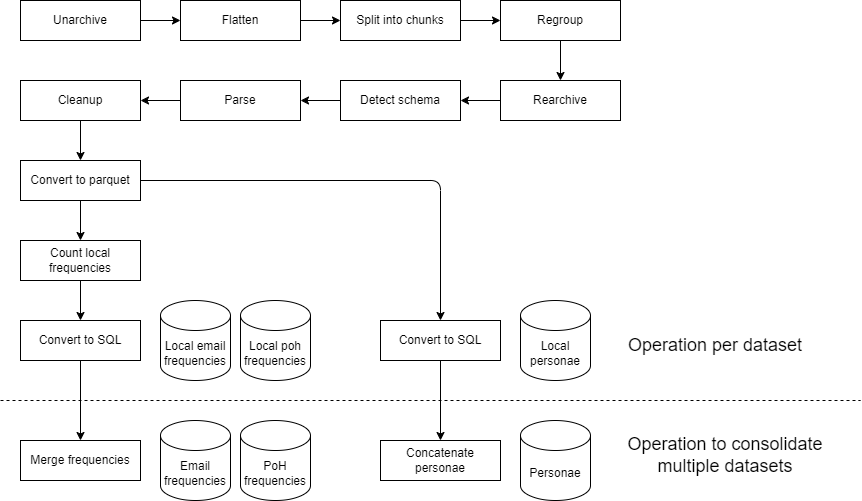
Before: Image/operation_flow.png, a diagram exported from draw.io (maeda6uiui/MrCombolist). Source tidied: cells renumbered, new cells last; positions are measured from the earlier drawing's top-left corner, leaving out a move shared by most shapes. Its diagram source:
```xml
<mxGraphModel>
  <root>
    <mxCell id="0" />
    <mxCell id="1" parent="0" />
    <mxCell id="2" style="edgeStyle=none;html=1;" parent="1" edge="1" source="3" target="5">
      <mxGeometry relative="1" as="geometry" />
    </mxCell>
    <mxCell id="3" value="Unarchive" style="rounded=0;whiteSpace=wrap;html=1;" parent="1" vertex="1">
      <mxGeometry x="20" width="120" height="40" as="geometry" />
    </mxCell>
    <mxCell id="4" style="edgeStyle=none;html=1;" parent="1" edge="1" source="5" target="7">
      <mxGeometry relative="1" as="geometry" />
    </mxCell>
    <mxCell id="5" value="Flatten" style="rounded=0;whiteSpace=wrap;html=1;" parent="1" vertex="1">
      <mxGeometry x="180" width="120" height="40" as="geometry" />
    </mxCell>
    <mxCell id="6" style="edgeStyle=none;html=1;" parent="1" edge="1" source="7" target="9">
      <mxGeometry relative="1" as="geometry" />
    </mxCell>
    <mxCell id="7" value="Split into chunks" style="rounded=0;whiteSpace=wrap;html=1;" parent="1" vertex="1">
      <mxGeometry x="340" width="120" height="40" as="geometry" />
    </mxCell>
    <mxCell id="8" style="edgeStyle=none;html=1;" parent="1" edge="1" source="9" target="11">
      <mxGeometry relative="1" as="geometry" />
    </mxCell>
    <mxCell id="9" value="Regroup" style="rounded=0;whiteSpace=wrap;html=1;" parent="1" vertex="1">
      <mxGeometry x="500" width="120" height="40" as="geometry" />
    </mxCell>
    <mxCell id="10" style="edgeStyle=none;html=1;" parent="1" edge="1" source="11" target="13">
      <mxGeometry relative="1" as="geometry" />
    </mxCell>
    <mxCell id="11" value="Rearchive" style="rounded=0;whiteSpace=wrap;html=1;" parent="1" vertex="1">
      <mxGeometry x="500" y="80" width="120" height="40" as="geometry" />
    </mxCell>
    <mxCell id="12" style="edgeStyle=none;html=1;" parent="1" edge="1" source="13" target="15">
      <mxGeometry relative="1" as="geometry" />
    </mxCell>
    <mxCell id="13" value="Detect schema" style="rounded=0;whiteSpace=wrap;html=1;" parent="1" vertex="1">
      <mxGeometry x="340" y="80" width="120" height="40" as="geometry" />
    </mxCell>
    <mxCell id="14" style="edgeStyle=none;html=1;" parent="1" edge="1" source="15" target="17">
      <mxGeometry relative="1" as="geometry" />
    </mxCell>
    <mxCell id="15" value="Parse" style="rounded=0;whiteSpace=wrap;html=1;" parent="1" vertex="1">
      <mxGeometry x="180" y="80" width="120" height="40" as="geometry" />
    </mxCell>
    <mxCell id="16" style="edgeStyle=none;html=1;" parent="1" edge="1" source="17" target="20">
      <mxGeometry relative="1" as="geometry" />
    </mxCell>
    <mxCell id="17" value="Cleanup" style="rounded=0;whiteSpace=wrap;html=1;" parent="1" vertex="1">
      <mxGeometry x="20" y="80" width="120" height="40" as="geometry" />
    </mxCell>
    <mxCell id="18" style="edgeStyle=none;html=1;" parent="1" edge="1" source="20" target="22">
      <mxGeometry relative="1" as="geometry" />
    </mxCell>
    <mxCell id="19" style="edgeStyle=none;html=1;entryX=0.5;entryY=0;entryDx=0;entryDy=0;" parent="1" edge="1" source="20" target="24">
      <mxGeometry relative="1" as="geometry">
        <Array as="points">
          <mxPoint x="440" y="180" />
        </Array>
      </mxGeometry>
    </mxCell>
    <mxCell id="20" value="Convert to parquet" style="rounded=0;whiteSpace=wrap;html=1;" parent="1" vertex="1">
      <mxGeometry x="20" y="160" width="120" height="40" as="geometry" />
    </mxCell>
    <mxCell id="21" style="edgeStyle=none;html=1;" parent="1" edge="1" source="22" target="26">
      <mxGeometry relative="1" as="geometry" />
    </mxCell>
    <mxCell id="22" value="Count local frequencies" style="rounded=0;whiteSpace=wrap;html=1;" parent="1" vertex="1">
      <mxGeometry x="20" y="240" width="120" height="40" as="geometry" />
    </mxCell>
    <mxCell id="23" style="edgeStyle=none;html=1;entryX=0.5;entryY=0;entryDx=0;entryDy=0;" parent="1" edge="1" source="24" target="33">
      <mxGeometry relative="1" as="geometry" />
    </mxCell>
    <mxCell id="24" value="Convert to SQL" style="rounded=0;whiteSpace=wrap;html=1;" parent="1" vertex="1">
      <mxGeometry x="380" y="320" width="120" height="40" as="geometry" />
    </mxCell>
    <mxCell id="25" style="edgeStyle=none;html=1;entryX=0.5;entryY=0;entryDx=0;entryDy=0;" parent="1" edge="1" source="26" target="30">
      <mxGeometry relative="1" as="geometry" />
    </mxCell>
    <mxCell id="26" value="Convert to SQL" style="rounded=0;whiteSpace=wrap;html=1;" parent="1" vertex="1">
      <mxGeometry x="20" y="320" width="120" height="40" as="geometry" />
    </mxCell>
    <mxCell id="27" value="Local email frequencies" style="shape=cylinder3;whiteSpace=wrap;html=1;boundedLbl=1;backgroundOutline=1;size=15;" parent="1" vertex="1">
      <mxGeometry x="160" y="300" width="70" height="80" as="geometry" />
    </mxCell>
    <mxCell id="28" value="Local poh frequencies" style="shape=cylinder3;whiteSpace=wrap;html=1;boundedLbl=1;backgroundOutline=1;size=15;" parent="1" vertex="1">
      <mxGeometry x="240" y="300" width="70" height="80" as="geometry" />
    </mxCell>
    <mxCell id="29" value="Local personae" style="shape=cylinder3;whiteSpace=wrap;html=1;boundedLbl=1;backgroundOutline=1;size=15;" parent="1" vertex="1">
      <mxGeometry x="520" y="300" width="70" height="80" as="geometry" />
    </mxCell>
    <mxCell id="30" value="Merge frequencies" style="rounded=0;whiteSpace=wrap;html=1;" parent="1" vertex="1">
      <mxGeometry x="20" y="440" width="120" height="40" as="geometry" />
    </mxCell>
    <mxCell id="31" value="Email frequencies" style="shape=cylinder3;whiteSpace=wrap;html=1;boundedLbl=1;backgroundOutline=1;size=15;" parent="1" vertex="1">
      <mxGeometry x="160" y="420" width="70" height="80" as="geometry" />
    </mxCell>
    <mxCell id="32" value="PoH frequencies" style="shape=cylinder3;whiteSpace=wrap;html=1;boundedLbl=1;backgroundOutline=1;size=15;" parent="1" vertex="1">
      <mxGeometry x="240" y="420" width="70" height="80" as="geometry" />
    </mxCell>
    <mxCell id="33" value="Concatenate personae" style="rounded=0;whiteSpace=wrap;html=1;" parent="1" vertex="1">
      <mxGeometry x="380" y="440" width="120" height="40" as="geometry" />
    </mxCell>
    <mxCell id="34" value="Personae" style="shape=cylinder3;whiteSpace=wrap;html=1;boundedLbl=1;backgroundOutline=1;size=15;" parent="1" vertex="1">
      <mxGeometry x="520" y="420" width="70" height="80" as="geometry" />
    </mxCell>
    <mxCell id="35" style="endArrow=none;dashed=1;html=1;" parent="1" edge="1">
      <mxGeometry relative="1" as="geometry">
        <mxPoint y="400" as="sourcePoint" />
        <mxPoint x="860" y="400" as="targetPoint" />
      </mxGeometry>
    </mxCell>
    <mxCell id="36" value="&lt;font style=&quot;font-size: 18px;&quot;&gt;Operation per dataset&lt;/font&gt;" style="text;html=1;strokeColor=none;fillColor=none;align=center;verticalAlign=middle;whiteSpace=wrap;rounded=0;" parent="1" vertex="1">
      <mxGeometry x="620" y="330" width="190" height="30" as="geometry" />
    </mxCell>
    <mxCell id="37" value="&lt;font style=&quot;font-size: 18px;&quot;&gt;Operation to consolidate &lt;br&gt;multiple datasets&lt;/font&gt;" style="text;html=1;strokeColor=none;fillColor=none;align=center;verticalAlign=middle;whiteSpace=wrap;rounded=0;" parent="1" vertex="1">
      <mxGeometry x="620" y="440" width="210" height="30" as="geometry" />
    </mxCell>
  </root>
</mxGraphModel>
```
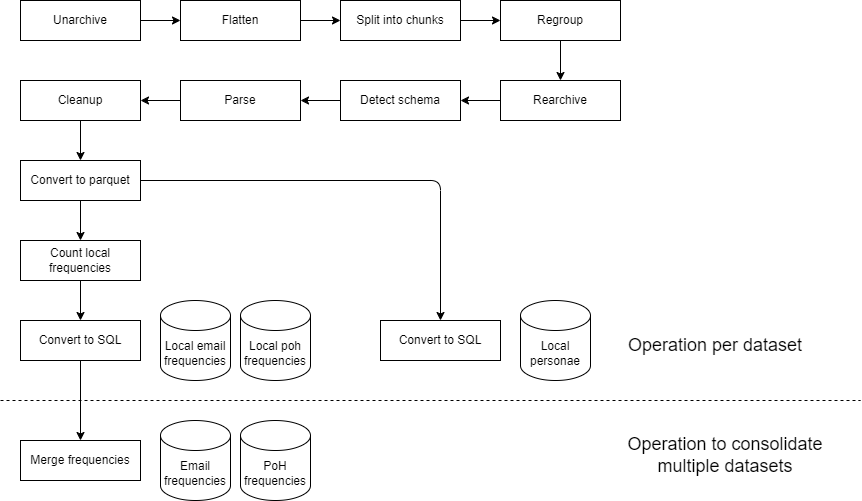
After the change.

Diff of the diagram source:
```diff
@@ -69,9 +69,6 @@
     <mxCell id="22" value="Count local frequencies" style="rounded=0;whiteSpace=wrap;html=1;" parent="1" vertex="1">
       <mxGeometry x="20" y="240" width="120" height="40" as="geometry" />
     </mxCell>
-    <mxCell id="23" style="edgeStyle=none;html=1;entryX=0.5;entryY=0;entryDx=0;entryDy=0;" parent="1" edge="1" source="24" target="33">
-      <mxGeometry relative="1" as="geometry" />
-    </mxCell>
     <mxCell id="24" value="Convert to SQL" style="rounded=0;whiteSpace=wrap;html=1;" parent="1" vertex="1">
       <mxGeometry x="380" y="320" width="120" height="40" as="geometry" />
     </mxCell>
@@ -99,12 +96,6 @@
     <mxCell id="32" value="PoH frequencies" style="shape=cylinder3;whiteSpace=wrap;html=1;boundedLbl=1;backgroundOutline=1;size=15;" parent="1" vertex="1">
       <mxGeometry x="240" y="420" width="70" height="80" as="geometry" />
     </mxCell>
-    <mxCell id="33" value="Concatenate personae" style="rounded=0;whiteSpace=wrap;html=1;" parent="1" vertex="1">
-      <mxGeometry x="380" y="440" width="120" height="40" as="geometry" />
-    </mxCell>
-    <mxCell id="34" value="Personae" style="shape=cylinder3;whiteSpace=wrap;html=1;boundedLbl=1;backgroundOutline=1;size=15;" parent="1" vertex="1">
-      <mxGeometry x="520" y="420" width="70" height="80" as="geometry" />
-    </mxCell>
     <mxCell id="35" style="endArrow=none;dashed=1;html=1;" parent="1" edge="1">
       <mxGeometry relative="1" as="geometry">
         <mxPoint y="400" as="sourcePoint" />
```
